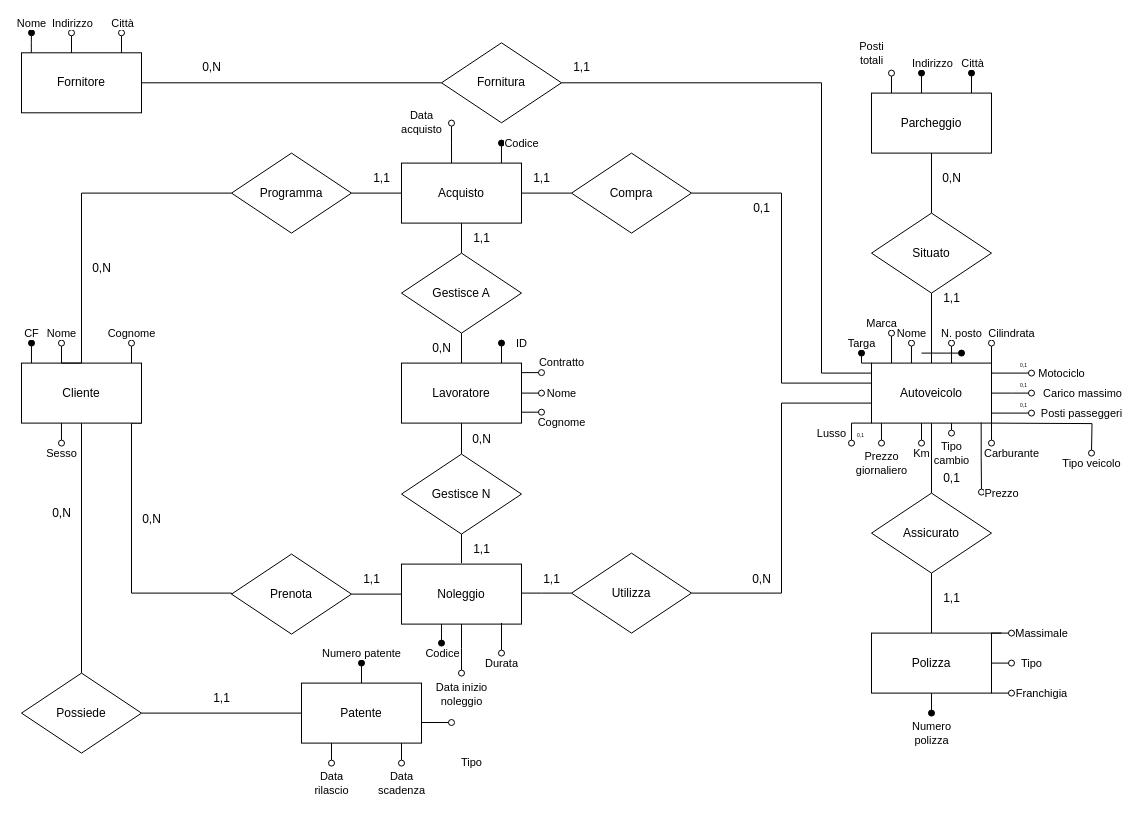
This is ER_ristrutturato_concessionaria_autonoleggio.drawio from NickP3lle/database-gianluca_rental, a draw.io file, before an edit. Source tidied: cells renumbered, new cells numbered last; positions are measured from the earlier drawing's top-left corner, leaving out a move shared by most shapes. Both pictures are drawn from the tidied source at 100%, with x=0, y=0 at pixel (21, 32).
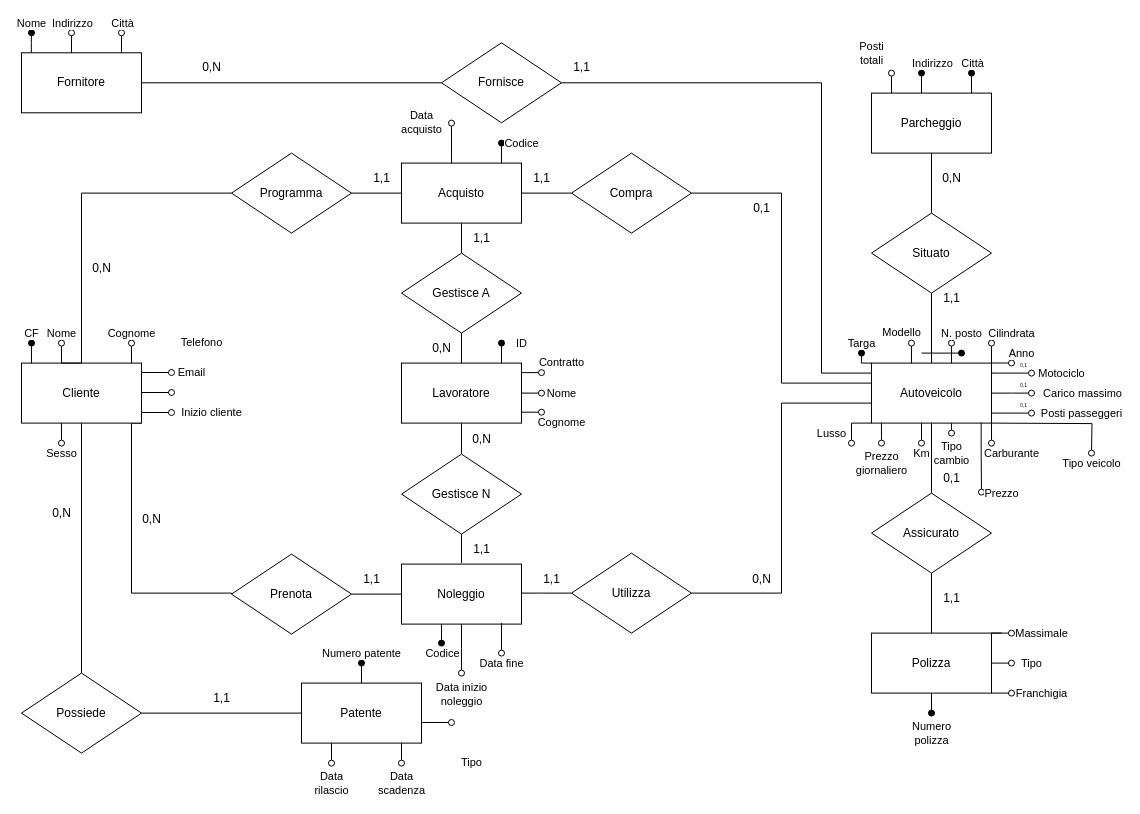
After the change.

Commit message (it also covers changes not shown here):
Added some field to the ER and created a first draft for the tables in sql

Unchanged cells that the change refers to:
```xml
<mxCell id="4" value="Autoveicolo" style="rounded=0;whiteSpace=wrap;html=1;" parent="1" vertex="1">
  <mxGeometry x="850" y="330.6" width="120" height="60" as="geometry" />
</mxCell>
<mxCell id="25" value="Cliente" style="rounded=0;whiteSpace=wrap;html=1;" parent="1" vertex="1">
  <mxGeometry y="330.6" width="120" height="60" as="geometry" />
</mxCell>
<mxCell id="51" value="Lusso" style="edgeStyle=orthogonalEdgeStyle;rounded=0;jettySize=auto;html=1;endArrow=oval;endFill=0;exitX=0;exitY=1;exitDx=0;exitDy=0;" parent="1" edge="1" source="4">
  <mxGeometry x="0.5" y="-20" relative="1" as="geometry">
    <mxPoint x="830" y="410.6" as="targetPoint" />
  </mxGeometry>
</mxCell>
```

What changed in the source:
```diff
@@
-    <mxCell id="32" value="Fornitura" style="rhombus;whiteSpace=wrap;html=1;" parent="1" vertex="1">
+    <mxCell id="32" value="Fornisce" style="rhombus;whiteSpace=wrap;html=1;" parent="1" vertex="1">
       <mxGeometry x="420" y="10.3" width="120" height="80" as="geometry" />
     </mxCell>
@@
-    <mxCell id="49" value="Marca" style="edgeStyle=orthogonalEdgeStyle;rounded=0;jettySize=auto;html=1;endArrow=oval;endFill=0;exitX=0.167;exitY=0;exitDx=0;exitDy=0;exitPerimeter=0;" parent="1" edge="1" source="4">
-      <mxGeometry x="1" y="14" relative="1" as="geometry">
-        <mxPoint x="870" y="300.6" as="targetPoint" />
-        <mxPoint x="4" y="-10" as="offset" />
-      </mxGeometry>
-    </mxCell>
-    <mxCell id="50" value="Nome" style="edgeStyle=orthogonalEdgeStyle;rounded=0;jettySize=auto;html=1;endArrow=oval;endFill=0;exitX=0.333;exitY=0;exitDx=0;exitDy=0;exitPerimeter=0;" parent="1" edge="1" source="4">
-      <mxGeometry x="1" y="10" relative="1" as="geometry">
+    <mxCell id="50" value="Modello" style="edgeStyle=orthogonalEdgeStyle;rounded=0;jettySize=auto;html=1;endArrow=oval;endFill=0;exitX=0.333;exitY=0;exitDx=0;exitDy=0;exitPerimeter=0;" parent="1" edge="1" source="4">
+      <mxGeometry x="1" y="15" relative="1" as="geometry">
         <mxPoint x="890" y="310.6" as="targetPoint" />
-        <mxPoint x="10" y="-10" as="offset" />
+        <mxPoint x="5" y="-11" as="offset" />
       </mxGeometry>
     </mxCell>
@@
-    <mxCell id="52" value="&lt;font style=&quot;font-size: 5px;&quot;&gt;0,1&lt;/font&gt;" style="edgeLabel;html=1;align=center;verticalAlign=middle;" parent="51" vertex="1">
-      <mxGeometry x="0.04" y="-1" relative="1" as="geometry">
-        <mxPoint x="9" y="9" as="offset" />
-      </mxGeometry>
-    </mxCell>
@@
-    <mxCell id="109" value="Durata" style="edgeStyle=orthogonalEdgeStyle;rounded=0;orthogonalLoop=1;jettySize=auto;html=1;endArrow=oval;endFill=0;" parent="1" edge="1">
+    <mxCell id="109" value="Data fine" style="edgeStyle=orthogonalEdgeStyle;rounded=0;orthogonalLoop=1;jettySize=auto;html=1;endArrow=oval;endFill=0;" parent="1" edge="1">
       <mxGeometry x="1" y="10" relative="1" as="geometry">
         <mxPoint x="480" y="610.6" as="sourcePoint" />
         <mxPoint x="480" y="620.6" as="targetPoint" />
         <Array as="points">
           <mxPoint x="480" y="590.6" />
           <mxPoint x="480" y="590.6" />
         </Array>
         <mxPoint x="-10" y="10" as="offset" />
       </mxGeometry>
     </mxCell>
@@
+    <mxCell id="113" value="Telefono" style="edgeStyle=orthogonalEdgeStyle;rounded=0;jettySize=auto;html=1;endArrow=oval;endFill=0;exitX=1;exitY=0.5;exitDx=0;exitDy=0;" parent="1" edge="1" source="25">
+      <mxGeometry x="1" y="30" relative="1" as="geometry">
+        <mxPoint x="150" y="340" as="targetPoint" />
+        <Array as="points">
+          <mxPoint x="120" y="340" />
+          <mxPoint x="150" y="340" />
+        </Array>
+        <mxPoint x="30" as="offset" />
+      </mxGeometry>
+    </mxCell>
+    <mxCell id="114" value="Email" style="edgeStyle=orthogonalEdgeStyle;rounded=0;jettySize=auto;html=1;endArrow=oval;endFill=0;exitX=1;exitY=0.75;exitDx=0;exitDy=0;" parent="1" edge="1" source="25">
+      <mxGeometry x="1" y="20" relative="1" as="geometry">
+        <mxPoint x="150" y="360" as="targetPoint" />
+        <Array as="points">
+          <mxPoint x="120" y="360" />
+          <mxPoint x="150" y="360" />
+        </Array>
+        <mxPoint x="20" as="offset" />
+      </mxGeometry>
+    </mxCell>
+    <mxCell id="115" value="Inizio cliente" style="edgeStyle=orthogonalEdgeStyle;rounded=0;orthogonalLoop=1;jettySize=auto;html=1;endArrow=oval;endFill=0;" parent="1" edge="1">
+      <mxGeometry x="1" y="40" relative="1" as="geometry">
+        <mxPoint x="122" y="380" as="sourcePoint" />
+        <mxPoint x="150" y="380" as="targetPoint" />
+        <Array as="points">
+          <mxPoint x="120" y="380" />
+        </Array>
+        <mxPoint x="40" y="40" as="offset" />
+      </mxGeometry>
+    </mxCell>
+    <mxCell id="116" value="Anno" style="edgeStyle=orthogonalEdgeStyle;rounded=0;orthogonalLoop=1;jettySize=auto;html=1;endArrow=oval;endFill=0;exitX=1;exitY=0.5;exitDx=0;exitDy=0;" parent="1" edge="1">
+      <mxGeometry x="1" y="14" relative="1" as="geometry">
+        <mxPoint x="970" y="330.5" as="sourcePoint" />
+        <mxPoint x="990" y="330.5" as="targetPoint" />
+        <mxPoint x="10" y="4" as="offset" />
+      </mxGeometry>
+    </mxCell>
```
